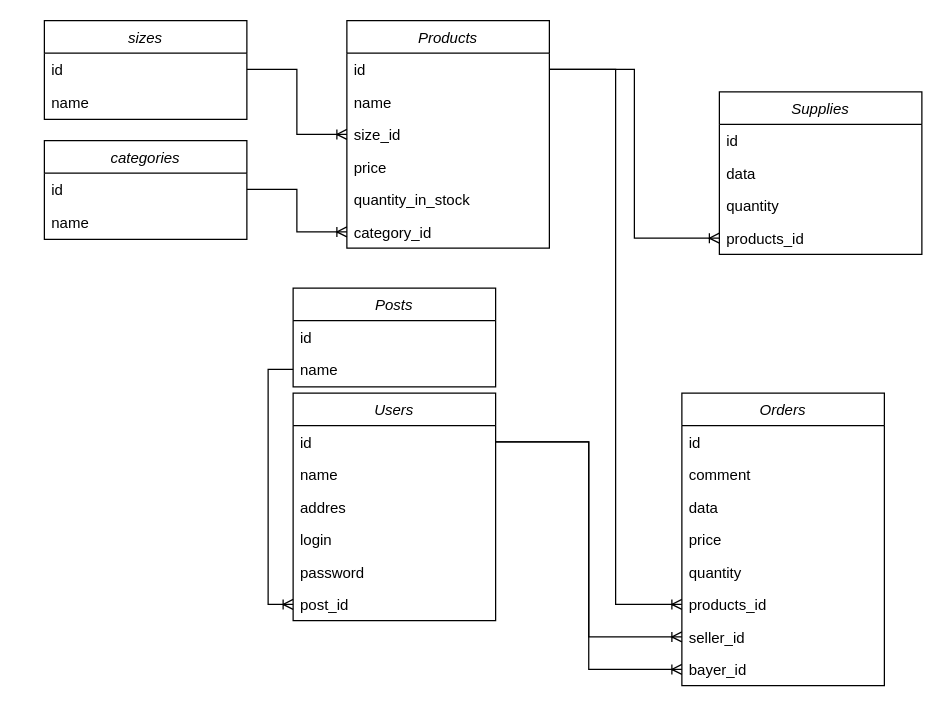
The draw.io diagram DOC/database.drawio in Danyfff/Diplom_APP, before the edit. Source tidied: cells renumbered, new cells numbered last; positions are measured from the earlier drawing's top-left corner, leaving out a move shared by most shapes. Both pictures are drawn from the tidied source at 125%, with x=0, y=0 at pixel (44, 20).
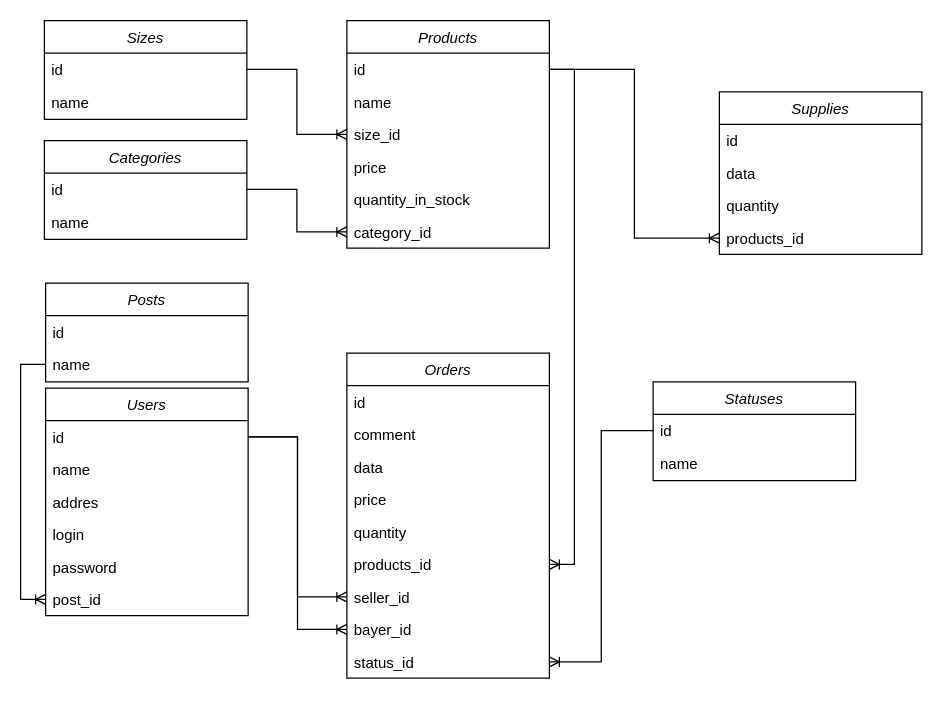
The same diagram, later.

The change refers to these unchanged cells:
```xml
<mxCell id="14" value="id" style="text;align=left;verticalAlign=top;spacingLeft=4;spacingRight=4;overflow=hidden;points=[[0,0.5],[1,0.5]];portConstraint=eastwest;rounded=0;shadow=0;html=0;" parent="13" vertex="1">
  <mxGeometry y="26" width="162" height="26" as="geometry" />
</mxCell>
<mxCell id="36" value="products_id" style="text;align=left;verticalAlign=top;spacingLeft=4;spacingRight=4;overflow=hidden;points=[[0,0.5],[1,0.5]];portConstraint=eastwest;" parent="30" vertex="1">
  <mxGeometry y="156" width="162" height="26" as="geometry" />
</mxCell>
```

Diff of the diagram source:
```diff
@@
     <mxCell id="2" value="Users" style="swimlane;fontStyle=2;align=center;verticalAlign=top;horizontal=1;startSize=26;rounded=0;shadow=0;strokeWidth=1;" parent="1" vertex="1">
-      <mxGeometry x="199" y="298" width="162" height="182" as="geometry" />
+      <mxGeometry x="1" y="294" width="162" height="182" as="geometry" />
     </mxCell>
@@
     <mxCell id="9" value="Posts" style="swimlane;fontStyle=2;align=center;verticalAlign=top;horizontal=1;startSize=26;rounded=0;shadow=0;strokeWidth=1;" parent="1" vertex="1">
-      <mxGeometry x="199" y="214" width="162" height="79" as="geometry" />
+      <mxGeometry x="1" y="210" width="162" height="79" as="geometry" />
     </mxCell>
@@
-    <mxCell id="20" value="categories" style="swimlane;fontStyle=2;align=center;verticalAlign=top;horizontal=1;startSize=26;rounded=0;shadow=0;strokeWidth=1;" parent="1" vertex="1">
+    <mxCell id="20" value="Categories" style="swimlane;fontStyle=2;align=center;verticalAlign=top;horizontal=1;startSize=26;rounded=0;shadow=0;strokeWidth=1;" parent="1" vertex="1">
       <mxGeometry y="96" width="162" height="79" as="geometry" />
     </mxCell>
@@
     <mxCell id="30" value="Orders" style="swimlane;fontStyle=2;align=center;verticalAlign=top;horizontal=1;startSize=26;rounded=0;shadow=0;strokeWidth=1;" parent="1" vertex="1">
-      <mxGeometry x="510" y="298" width="162" height="234" as="geometry" />
+      <mxGeometry x="242" y="266" width="162" height="260" as="geometry" />
     </mxCell>
@@
+    <mxCell id="46" value="status_id" style="text;align=left;verticalAlign=top;spacingLeft=4;spacingRight=4;overflow=hidden;points=[[0,0.5],[1,0.5]];portConstraint=eastwest;" parent="30" vertex="1">
+      <mxGeometry y="234" width="162" height="26" as="geometry" />
+    </mxCell>
@@
-    <mxCell id="41" style="edgeStyle=orthogonalEdgeStyle;rounded=0;jettySize=auto;html=1;exitX=1;exitY=0.5;exitDx=0;exitDy=0;entryX=0;entryY=0.5;entryDx=0;entryDy=0;endArrow=ERoneToMany;endFill=0;" parent="1" edge="1" source="14" target="36">
+    <mxCell id="41" style="edgeStyle=orthogonalEdgeStyle;rounded=0;jettySize=auto;html=1;exitX=1;exitY=0.5;exitDx=0;exitDy=0;entryX=1;entryY=0.5;entryDx=0;entryDy=0;endArrow=ERoneToMany;endFill=0;" parent="1" edge="1" source="14" target="36">
       <mxGeometry relative="1" as="geometry" />
     </mxCell>
-    <mxCell id="42" value="sizes" style="swimlane;fontStyle=2;align=center;verticalAlign=top;horizontal=1;startSize=26;rounded=0;shadow=0;strokeWidth=1;" parent="1" vertex="1">
+    <mxCell id="42" value="Sizes" style="swimlane;fontStyle=2;align=center;verticalAlign=top;horizontal=1;startSize=26;rounded=0;shadow=0;strokeWidth=1;" parent="1" vertex="1">
       <mxGeometry width="162" height="79" as="geometry" />
     </mxCell>
@@
+    <mxCell id="47" value="Statuses" style="swimlane;fontStyle=2;align=center;verticalAlign=top;horizontal=1;startSize=26;rounded=0;shadow=0;strokeWidth=1;" parent="1" vertex="1">
+      <mxGeometry x="487" y="289" width="162" height="79" as="geometry" />
+    </mxCell>
+    <mxCell id="48" value="id" style="text;align=left;verticalAlign=top;spacingLeft=4;spacingRight=4;overflow=hidden;points=[[0,0.5],[1,0.5]];portConstraint=eastwest;rounded=0;shadow=0;html=0;" parent="47" vertex="1">
+      <mxGeometry y="26" width="162" height="26" as="geometry" />
+    </mxCell>
+    <mxCell id="49" value="name" style="text;align=left;verticalAlign=top;spacingLeft=4;spacingRight=4;overflow=hidden;" parent="47" vertex="1">
+      <mxGeometry y="52" width="162" height="26" as="geometry" />
+    </mxCell>
+    <mxCell id="50" style="edgeStyle=orthogonalEdgeStyle;rounded=0;jettySize=auto;html=1;exitX=0;exitY=0.5;exitDx=0;exitDy=0;entryX=1;entryY=0.5;entryDx=0;entryDy=0;endArrow=ERoneToMany;endFill=0;" parent="1" edge="1" source="48" target="46">
+      <mxGeometry relative="1" as="geometry" />
+    </mxCell>
```
